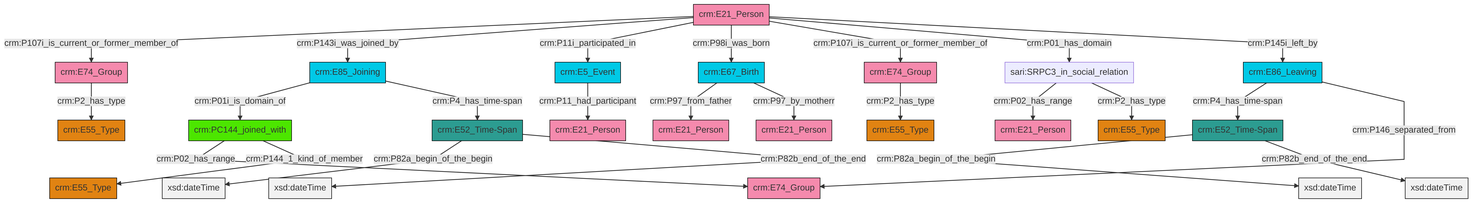
The Mermaid diagram et/personCSV/ttl/mmd/png/Person_Actor_Relations.png in swiss-art-research-net/reference-data-models, before a commit. Its source is kept beside it as et/personCSV/ttl/mmd/Person_Actor_Relations.ttl.mmd.
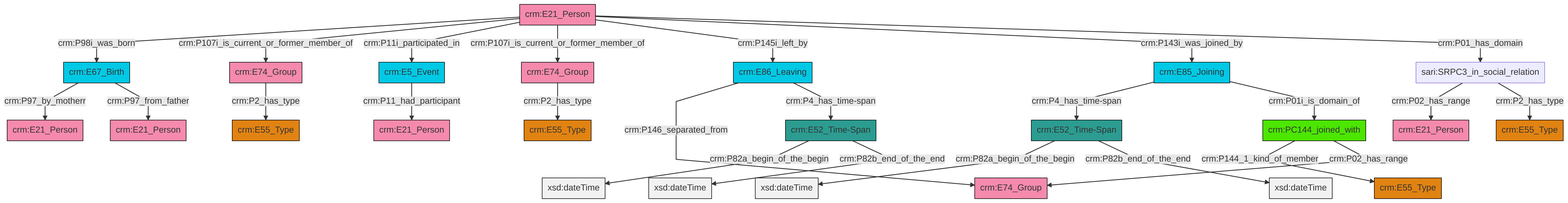
Above is the later version.

Change to the diagram source:
```diff
@@ -13,27 +13,27 @@
 classDef PC_Classes fill:#4ce600, stroke:#000000;
 classDef Multi fill:#cccccc,stroke:#000000;
 
-2["crm:E52_Time-Span"]:::Time-Span -->|crm:P82a_begin_of_the_begin| 3[xsd:dateTime]:::Literal
-2["crm:E52_Time-Span"]:::Time-Span -->|crm:P82b_end_of_the_end| 4[xsd:dateTime]:::Literal
-7["crm:E21_Person"]:::Actor -->|crm:P107i_is_current_or_former_member_of| 5["crm:E74_Group"]:::Actor
-7["crm:E21_Person"]:::Actor -->|crm:P143i_was_joined_by| 10["crm:E85_Joining"]:::Temporal_Entity
-7["crm:E21_Person"]:::Actor -->|crm:P11i_participated_in| 0["crm:E5_Event"]:::Temporal_Entity
-7["crm:E21_Person"]:::Actor -->|crm:P98i_was_born| 14["crm:E67_Birth"]:::Temporal_Entity
-14["crm:E67_Birth"]:::Temporal_Entity -->|crm:P97_from_father| 21["crm:E21_Person"]:::Actor
-7["crm:E21_Person"]:::Actor -->|crm:P107i_is_current_or_former_member_of| 16["crm:E74_Group"]:::Actor
-22["crm:E52_Time-Span"]:::Time-Span -->|crm:P82a_begin_of_the_begin| 30[xsd:dateTime]:::Literal
-10["crm:E85_Joining"]:::Temporal_Entity -->|crm:P01i_is_domain_of| 31["crm:PC144_joined_with"]:::PC_Classes
-5["crm:E74_Group"]:::Actor -->|crm:P2_has_type| 8["crm:E55_Type"]:::Type
-32["crm:E86_Leaving"]:::Temporal_Entity -->|crm:P4_has_time-span| 22["crm:E52_Time-Span"]:::Time-Span
-22["crm:E52_Time-Span"]:::Time-Span -->|crm:P82b_end_of_the_end| 33[xsd:dateTime]:::Literal
-31["crm:PC144_joined_with"]:::PC_Classes -->|crm:P02_has_range| 28["crm:E74_Group"]:::Actor
-31["crm:PC144_joined_with"]:::PC_Classes -->|crm:P144_1_kind_of_member| 26["crm:E55_Type"]:::Type
-10["crm:E85_Joining"]:::Temporal_Entity -->|crm:P4_has_time-span| 2["crm:E52_Time-Span"]:::Time-Span
-32["crm:E86_Leaving"]:::Temporal_Entity -->|crm:P146_separated_from| 28["crm:E74_Group"]:::Actor
-7["crm:E21_Person"]:::Actor -->|crm:P01_has_domain| 37["sari:SRPC3_in_social_relation"]:::Default
-16["crm:E74_Group"]:::Actor -->|crm:P2_has_type| 35["crm:E55_Type"]:::Type
-14["crm:E67_Birth"]:::Temporal_Entity -->|crm:P97_by_motherr| 24["crm:E21_Person"]:::Actor
-7["crm:E21_Person"]:::Actor -->|crm:P145i_left_by| 32["crm:E86_Leaving"]:::Temporal_Entity
-0["crm:E5_Event"]:::Temporal_Entity -->|crm:P11_had_participant| 18["crm:E21_Person"]:::Actor
-37["sari:SRPC3_in_social_relation"]:::Default -->|crm:P02_has_range| 11["crm:E21_Person"]:::Actor
-37["sari:SRPC3_in_social_relation"]:::Default -->|crm:P2_has_type| 42["crm:E55_Type"]:::Type
+0["crm:E21_Person"]:::Actor -->|crm:P98i_was_born| 1["crm:E67_Birth"]:::Temporal_Entity
+4["crm:E74_Group"]:::Actor -->|crm:P2_has_type| 5["crm:E55_Type"]:::Type
+0["crm:E21_Person"]:::Actor -->|crm:P107i_is_current_or_former_member_of| 4["crm:E74_Group"]:::Actor
+7["crm:E52_Time-Span"]:::Time-Span -->|crm:P82a_begin_of_the_begin| 8[xsd:dateTime]:::Literal
+9["crm:E85_Joining"]:::Temporal_Entity -->|crm:P4_has_time-span| 7["crm:E52_Time-Span"]:::Time-Span
+10["crm:E5_Event"]:::Temporal_Entity -->|crm:P11_had_participant| 11["crm:E21_Person"]:::Actor
+12["sari:SRPC3_in_social_relation"]:::Default -->|crm:P02_has_range| 2["crm:E21_Person"]:::Actor
+12["sari:SRPC3_in_social_relation"]:::Default -->|crm:P2_has_type| 15["crm:E55_Type"]:::Type
+0["crm:E21_Person"]:::Actor -->|crm:P11i_participated_in| 10["crm:E5_Event"]:::Temporal_Entity
+0["crm:E21_Person"]:::Actor -->|crm:P107i_is_current_or_former_member_of| 25["crm:E74_Group"]:::Actor
+25["crm:E74_Group"]:::Actor -->|crm:P2_has_type| 16["crm:E55_Type"]:::Type
+1["crm:E67_Birth"]:::Temporal_Entity -->|crm:P97_by_motherr| 13["crm:E21_Person"]:::Actor
+29["crm:E86_Leaving"]:::Temporal_Entity -->|crm:P146_separated_from| 30["crm:E74_Group"]:::Actor
+21["crm:PC144_joined_with"]:::PC_Classes -->|crm:P144_1_kind_of_member| 23["crm:E55_Type"]:::Type
+0["crm:E21_Person"]:::Actor -->|crm:P145i_left_by| 29["crm:E86_Leaving"]:::Temporal_Entity
+33["crm:E52_Time-Span"]:::Time-Span -->|crm:P82a_begin_of_the_begin| 34[xsd:dateTime]:::Literal
+9["crm:E85_Joining"]:::Temporal_Entity -->|crm:P01i_is_domain_of| 21["crm:PC144_joined_with"]:::PC_Classes
+21["crm:PC144_joined_with"]:::PC_Classes -->|crm:P02_has_range| 30["crm:E74_Group"]:::Actor
+33["crm:E52_Time-Span"]:::Time-Span -->|crm:P82b_end_of_the_end| 37[xsd:dateTime]:::Literal
+1["crm:E67_Birth"]:::Temporal_Entity -->|crm:P97_from_father| 18["crm:E21_Person"]:::Actor
+7["crm:E52_Time-Span"]:::Time-Span -->|crm:P82b_end_of_the_end| 38[xsd:dateTime]:::Literal
+0["crm:E21_Person"]:::Actor -->|crm:P143i_was_joined_by| 9["crm:E85_Joining"]:::Temporal_Entity
+0["crm:E21_Person"]:::Actor -->|crm:P01_has_domain| 12["sari:SRPC3_in_social_relation"]:::Default
+29["crm:E86_Leaving"]:::Temporal_Entity -->|crm:P4_has_time-span| 33["crm:E52_Time-Span"]:::Time-Span
```
